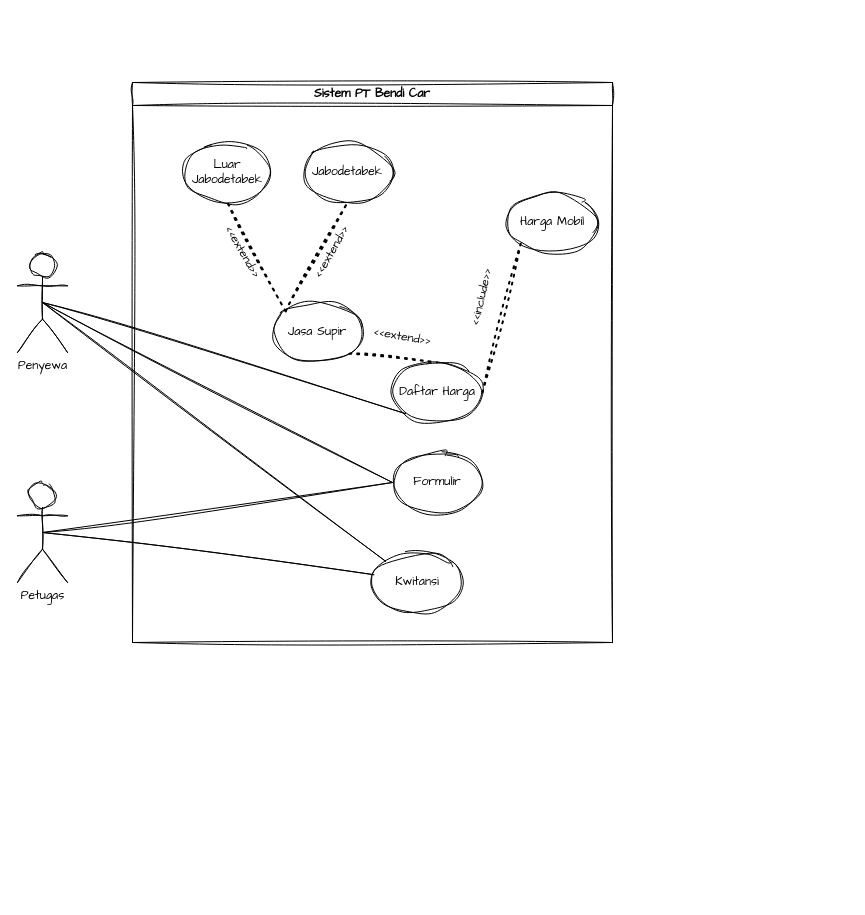
Suryzw/draw.io keeps this draw.io diagram as UML_StudiKasus.drawio. Above is the earlier version. Source tidied: cells renumbered, new cells numbered last; positions are measured from the earlier drawing's top-left corner, leaving out a move shared by most shapes. Both pictures are drawn from the tidied source at 100%, with x=0, y=0 at pixel (17, 82).
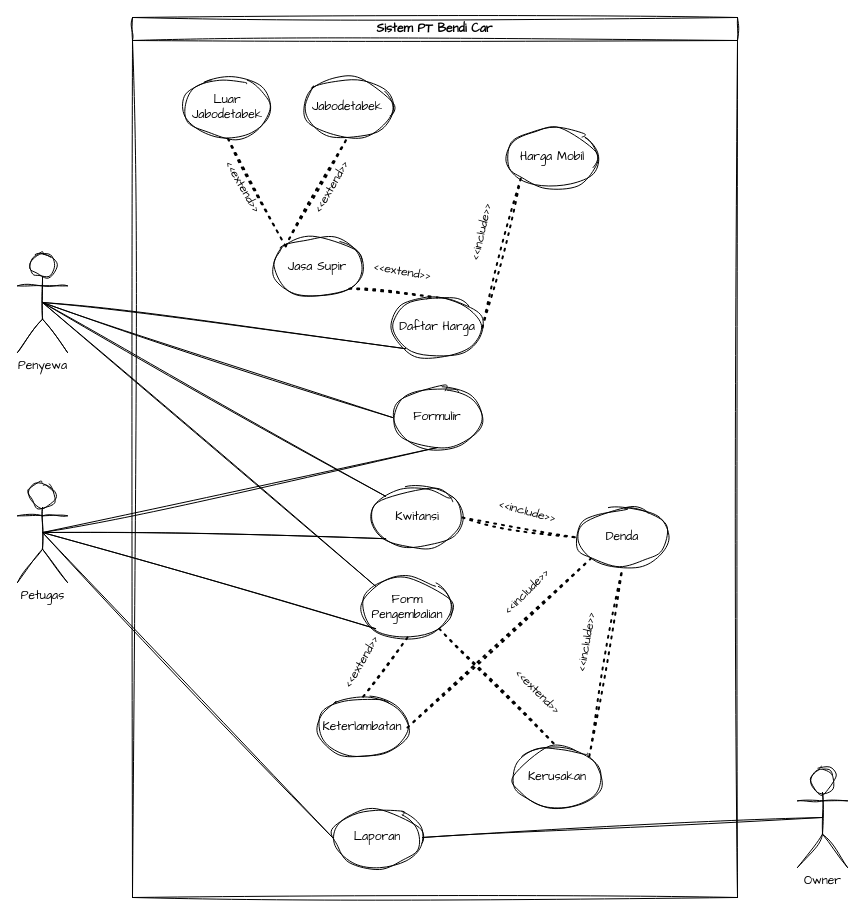
Above is the later version.

The change refers to these unchanged cells:
```xml
<mxCell id="16" value="Formulir" style="ellipse;whiteSpace=wrap;html=1;sketch=1;hachureGap=4;jiggle=2;curveFitting=1;fontFamily=Architects Daughter;" parent="2" vertex="1">
  <mxGeometry x="260" y="370" width="90" height="60" as="geometry" />
</mxCell>
<mxCell id="17" value="Kwitansi" style="ellipse;whiteSpace=wrap;html=1;sketch=1;hachureGap=4;jiggle=2;curveFitting=1;fontFamily=Architects Daughter;" parent="2" vertex="1">
  <mxGeometry x="240" y="470" width="90" height="60" as="geometry" />
</mxCell>
<mxCell id="18" value="Penyewa" style="shape=umlActor;verticalLabelPosition=bottom;verticalAlign=top;html=1;sketch=1;hachureGap=4;jiggle=2;curveFitting=1;fontFamily=Architects Daughter;" parent="1" vertex="1">
  <mxGeometry y="170" width="50" height="100" as="geometry" />
</mxCell>
<mxCell id="19" value="Petugas" style="shape=umlActor;verticalLabelPosition=bottom;verticalAlign=top;html=1;sketch=1;hachureGap=4;jiggle=2;curveFitting=1;fontFamily=Architects Daughter;" parent="1" vertex="1">
  <mxGeometry y="400" width="50" height="100" as="geometry" />
</mxCell>
```

The edit, as a diff of the source:
```diff
@@
     <mxCell id="2" value="Sistem PT Bendi Car" style="swimlane;whiteSpace=wrap;html=1;sketch=1;hachureGap=4;jiggle=2;curveFitting=1;fontFamily=Architects Daughter;" parent="1" vertex="1">
-      <mxGeometry x="115" width="480" height="560" as="geometry" />
+      <mxGeometry x="115" y="-65" width="605" height="880" as="geometry" />
     </mxCell>
@@
+    <mxCell id="25" value="Form Pengembalian" style="ellipse;whiteSpace=wrap;html=1;sketch=1;hachureGap=4;jiggle=2;curveFitting=1;fontFamily=Architects Daughter;" parent="2" vertex="1">
+      <mxGeometry x="230" y="560" width="90" height="60" as="geometry" />
+    </mxCell>
+    <mxCell id="26" value="Keterlambatan" style="ellipse;whiteSpace=wrap;html=1;sketch=1;hachureGap=4;jiggle=2;curveFitting=1;fontFamily=Architects Daughter;" parent="2" vertex="1">
+      <mxGeometry x="185" y="680" width="90" height="60" as="geometry" />
+    </mxCell>
+    <mxCell id="27" value="Denda" style="ellipse;whiteSpace=wrap;html=1;sketch=1;hachureGap=4;jiggle=2;curveFitting=1;fontFamily=Architects Daughter;" parent="2" vertex="1">
+      <mxGeometry x="445" y="490" width="90" height="60" as="geometry" />
+    </mxCell>
+    <mxCell id="28" value="Kerusakan" style="ellipse;whiteSpace=wrap;html=1;sketch=1;hachureGap=4;jiggle=2;curveFitting=1;fontFamily=Architects Daughter;" parent="2" vertex="1">
+      <mxGeometry x="380" y="730" width="90" height="60" as="geometry" />
+    </mxCell>
+    <mxCell id="29" style="endArrow=none;dashed=1;html=1;dashPattern=1 3;strokeWidth=2;rounded=0;sketch=1;hachureGap=4;jiggle=2;curveFitting=1;fontFamily=Architects Daughter;entryX=0.5;entryY=0;entryDx=0;entryDy=0;exitX=0.5;exitY=1;exitDx=0;exitDy=0;" parent="2" edge="1" source="25" target="26">
+      <mxGeometry relative="1" as="geometry" />
+    </mxCell>
+    <mxCell id="30" style="endArrow=none;dashed=1;html=1;dashPattern=1 3;strokeWidth=2;rounded=0;sketch=1;hachureGap=4;jiggle=2;curveFitting=1;fontFamily=Architects Daughter;entryX=0.5;entryY=0;entryDx=0;entryDy=0;exitX=1;exitY=1;exitDx=0;exitDy=0;" parent="2" edge="1" source="25" target="28">
+      <mxGeometry relative="1" as="geometry" />
+    </mxCell>
+    <mxCell id="31" style="endArrow=none;dashed=1;html=1;dashPattern=1 3;strokeWidth=2;rounded=0;sketch=1;hachureGap=4;jiggle=2;curveFitting=1;fontFamily=Architects Daughter;entryX=0;entryY=0.5;entryDx=0;entryDy=0;exitX=1;exitY=0.5;exitDx=0;exitDy=0;" parent="2" edge="1" source="17" target="27">
+      <mxGeometry relative="1" as="geometry" />
+    </mxCell>
+    <mxCell id="32" value="&amp;lt;&amp;lt;extend&amp;gt;&amp;gt;" style="text;html=1;align=center;verticalAlign=middle;whiteSpace=wrap;rounded=0;fontFamily=Architects Daughter;rotation=-60;" parent="2" vertex="1">
+      <mxGeometry x="200" y="630" width="60" height="30" as="geometry" />
+    </mxCell>
+    <mxCell id="33" value="&amp;lt;&amp;lt;extend&amp;gt;&amp;gt;" style="text;html=1;align=center;verticalAlign=middle;whiteSpace=wrap;rounded=0;fontFamily=Architects Daughter;rotation=45;" parent="2" vertex="1">
+      <mxGeometry x="375" y="660" width="60" height="30" as="geometry" />
+    </mxCell>
+    <mxCell id="34" value="&amp;lt;&amp;lt;include&amp;gt;&amp;gt;" style="text;html=1;align=center;verticalAlign=middle;whiteSpace=wrap;rounded=0;fontFamily=Architects Daughter;rotation=15;" parent="2" vertex="1">
+      <mxGeometry x="365" y="480" width="60" height="30" as="geometry" />
+    </mxCell>
+    <mxCell id="35" style="endArrow=none;dashed=1;html=1;dashPattern=1 3;strokeWidth=2;rounded=0;sketch=1;hachureGap=4;jiggle=2;curveFitting=1;fontFamily=Architects Daughter;entryX=0.5;entryY=1;entryDx=0;entryDy=0;exitX=1;exitY=0;exitDx=0;exitDy=0;" parent="2" edge="1" source="28" target="27">
+      <mxGeometry relative="1" as="geometry" />
+    </mxCell>
+    <mxCell id="36" style="endArrow=none;dashed=1;html=1;dashPattern=1 3;strokeWidth=2;rounded=0;sketch=1;hachureGap=4;jiggle=2;curveFitting=1;fontFamily=Architects Daughter;entryX=0;entryY=1;entryDx=0;entryDy=0;exitX=1;exitY=0.5;exitDx=0;exitDy=0;" parent="2" edge="1" source="26" target="27">
+      <mxGeometry relative="1" as="geometry" />
+    </mxCell>
+    <mxCell id="37" value="&amp;lt;&amp;lt;include&amp;gt;&amp;gt;" style="text;html=1;align=center;verticalAlign=middle;whiteSpace=wrap;rounded=0;fontFamily=Architects Daughter;rotation=-45;" parent="2" vertex="1">
+      <mxGeometry x="365" y="560" width="60" height="30" as="geometry" />
+    </mxCell>
+    <mxCell id="38" value="&amp;lt;&amp;lt;inclulde&amp;gt;&amp;gt;" style="text;html=1;align=center;verticalAlign=middle;whiteSpace=wrap;rounded=0;fontFamily=Architects Daughter;rotation=-80;" parent="2" vertex="1">
+      <mxGeometry x="425" y="610" width="60" height="30" as="geometry" />
+    </mxCell>
+    <mxCell id="39" value="Laporan" style="ellipse;whiteSpace=wrap;html=1;sketch=1;hachureGap=4;jiggle=2;curveFitting=1;fontFamily=Architects Daughter;" parent="2" vertex="1">
+      <mxGeometry x="200" y="790" width="90" height="60" as="geometry" />
+    </mxCell>
@@
-    <mxCell id="22" style="endArrow=none;html=1;rounded=0;sketch=1;hachureGap=4;jiggle=2;curveFitting=1;fontFamily=Architects Daughter;exitX=0.5;exitY=0.5;exitDx=0;exitDy=0;exitPerimeter=0;entryX=0;entryY=0.5;entryDx=0;entryDy=0;" parent="1" edge="1" source="19" target="16">
+    <mxCell id="22" style="endArrow=none;html=1;rounded=0;sketch=1;hachureGap=4;jiggle=2;curveFitting=1;fontFamily=Architects Daughter;exitX=0.5;exitY=0.5;exitDx=0;exitDy=0;exitPerimeter=0;entryX=0.5;entryY=1;entryDx=0;entryDy=0;" parent="1" edge="1" source="19" target="16">
       <mxGeometry relative="1" as="geometry" />
     </mxCell>
-    <mxCell id="23" style="endArrow=none;html=1;rounded=0;sketch=1;hachureGap=4;jiggle=2;curveFitting=1;fontFamily=Architects Daughter;exitX=0.5;exitY=0.5;exitDx=0;exitDy=0;exitPerimeter=0;entryX=0.014;entryY=0.37;entryDx=0;entryDy=0;entryPerimeter=0;" parent="1" edge="1" source="19" target="17">
+    <mxCell id="23" style="endArrow=none;html=1;rounded=0;sketch=1;hachureGap=4;jiggle=2;curveFitting=1;fontFamily=Architects Daughter;exitX=0.5;exitY=0.5;exitDx=0;exitDy=0;exitPerimeter=0;entryX=0;entryY=1;entryDx=0;entryDy=0;" parent="1" edge="1" source="19" target="17">
       <mxGeometry relative="1" as="geometry" />
     </mxCell>
@@
+    <mxCell id="40" style="endArrow=none;html=1;rounded=0;sketch=1;hachureGap=4;jiggle=2;curveFitting=1;fontFamily=Architects Daughter;exitX=0.5;exitY=0.5;exitDx=0;exitDy=0;exitPerimeter=0;entryX=0;entryY=0;entryDx=0;entryDy=0;" parent="1" edge="1" source="18" target="25">
+      <mxGeometry relative="1" as="geometry" />
+    </mxCell>
+    <mxCell id="41" style="endArrow=none;html=1;rounded=0;sketch=1;hachureGap=4;jiggle=2;curveFitting=1;fontFamily=Architects Daughter;exitX=0.5;exitY=0.5;exitDx=0;exitDy=0;exitPerimeter=0;entryX=0;entryY=1;entryDx=0;entryDy=0;" parent="1" edge="1" source="19" target="25">
+      <mxGeometry relative="1" as="geometry" />
+    </mxCell>
+    <mxCell id="42" value="Owner" style="shape=umlActor;verticalLabelPosition=bottom;verticalAlign=top;html=1;sketch=1;hachureGap=4;jiggle=2;curveFitting=1;fontFamily=Architects Daughter;" parent="1" vertex="1">
+      <mxGeometry x="780" y="685" width="50" height="100" as="geometry" />
+    </mxCell>
+    <mxCell id="43" style="endArrow=none;html=1;rounded=0;sketch=1;hachureGap=4;jiggle=2;curveFitting=1;fontFamily=Architects Daughter;exitX=0.5;exitY=0.5;exitDx=0;exitDy=0;exitPerimeter=0;entryX=0;entryY=0.5;entryDx=0;entryDy=0;" parent="1" edge="1" source="19" target="39">
+      <mxGeometry relative="1" as="geometry" />
+    </mxCell>
+    <mxCell id="44" style="endArrow=none;html=1;rounded=0;sketch=1;hachureGap=4;jiggle=2;curveFitting=1;fontFamily=Architects Daughter;exitX=1;exitY=0.5;exitDx=0;exitDy=0;entryX=0.5;entryY=0.5;entryDx=0;entryDy=0;entryPerimeter=0;" parent="1" edge="1" source="39" target="42">
+      <mxGeometry relative="1" as="geometry" />
+    </mxCell>
```
